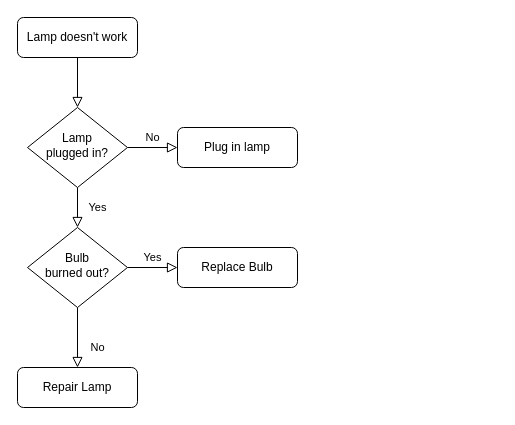
Earlier version of the draw.io diagram Untitled Diagram.drawio (syamsulalam/diagrams.net). Source tidied: cells renumbered, new cells numbered last; positions are measured from the earlier drawing's top-left corner, leaving out a move shared by most shapes. Both pictures are drawn from the tidied source at 100%, with x=0, y=0 at pixel (17, 17).
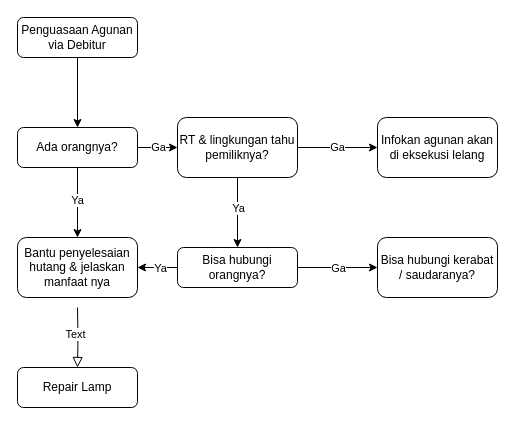
Above is the later version.

Unchanged cells that the change refers to:
```xml
<mxCell id="11" value="Repair Lamp" style="rounded=1;whiteSpace=wrap;html=1;fontSize=12;glass=0;strokeWidth=1;shadow=0;" parent="1" vertex="1">
  <mxGeometry y="350" width="120" height="40" as="geometry" />
</mxCell>
```

Diff of the diagram source:
```diff
@@
-    <mxCell id="2" style="rounded=0;html=1;jettySize=auto;fontSize=11;endArrow=block;endFill=0;endSize=8;strokeWidth=1;shadow=0;labelBackgroundColor=none;edgeStyle=orthogonalEdgeStyle;" parent="1" edge="1" source="3" target="6">
-      <mxGeometry relative="1" as="geometry" />
-    </mxCell>
+    <mxCell id="13" style="edgeStyle=orthogonalEdgeStyle;rounded=0;jettySize=auto;html=1;" parent="1" edge="1" source="3" target="29">
+      <mxGeometry relative="1" as="geometry" />
+    </mxCell>
-    <mxCell id="3" value="Lamp doesn't work" style="rounded=1;whiteSpace=wrap;html=1;fontSize=12;glass=0;strokeWidth=1;shadow=0;" parent="1" vertex="1">
+    <mxCell id="3" value="Penguasaan Agunan via Debitur" style="rounded=1;whiteSpace=wrap;html=1;fontSize=12;glass=0;strokeWidth=1;shadow=0;" parent="1" vertex="1">
       <mxGeometry width="120" height="40" as="geometry" />
     </mxCell>
-    <mxCell id="4" value="Yes" style="rounded=0;html=1;jettySize=auto;fontSize=11;endArrow=block;endFill=0;endSize=8;strokeWidth=1;shadow=0;labelBackgroundColor=none;edgeStyle=orthogonalEdgeStyle;" parent="1" edge="1" source="6" target="10">
-      <mxGeometry y="20" relative="1" as="geometry" />
-    </mxCell>
-    <mxCell id="5" value="No" style="edgeStyle=orthogonalEdgeStyle;rounded=0;html=1;jettySize=auto;fontSize=11;endArrow=block;endFill=0;endSize=8;strokeWidth=1;shadow=0;labelBackgroundColor=none;" parent="1" edge="1" source="6" target="7">
-      <mxGeometry y="10" relative="1" as="geometry" />
-    </mxCell>
-    <mxCell id="6" value="Lamp&lt;br&gt;plugged in?" style="rhombus;whiteSpace=wrap;html=1;shadow=0;fontFamily=Helvetica;fontSize=12;align=center;strokeWidth=1;spacing=6;spacingTop=-4;" parent="1" vertex="1">
-      <mxGeometry x="10" y="90" width="100" height="80" as="geometry" />
-    </mxCell>
+    <mxCell id="14" style="edgeStyle=orthogonalEdgeStyle;rounded=0;jettySize=auto;html=1;" parent="1" edge="1" source="7" target="12">
+      <mxGeometry relative="1" as="geometry" />
+    </mxCell>
+    <mxCell id="15" value="Ya" style="edgeLabel;html=1;align=center;verticalAlign=middle;" parent="14" vertex="1">
+      <mxGeometry x="-0.14" relative="1" as="geometry" />
+    </mxCell>
+    <mxCell id="16" value="Ga" style="edgeStyle=orthogonalEdgeStyle;rounded=0;jettySize=auto;html=1;" parent="1" edge="1" source="7" target="22">
+      <mxGeometry relative="1" as="geometry" />
+    </mxCell>
-    <mxCell id="7" value="Plug in lamp" style="rounded=1;whiteSpace=wrap;html=1;fontSize=12;glass=0;strokeWidth=1;shadow=0;" parent="1" vertex="1">
-      <mxGeometry x="160" y="110" width="120" height="40" as="geometry" />
+    <mxCell id="7" value="RT &amp;amp; lingkungan tahu pemiliknya?" style="rounded=1;whiteSpace=wrap;html=1;fontSize=12;glass=0;strokeWidth=1;shadow=0;" parent="1" vertex="1">
+      <mxGeometry x="160" y="100" width="120" height="60" as="geometry" />
     </mxCell>
-    <mxCell id="8" value="No" style="rounded=0;html=1;jettySize=auto;fontSize=11;endArrow=block;endFill=0;endSize=8;strokeWidth=1;shadow=0;labelBackgroundColor=none;edgeStyle=orthogonalEdgeStyle;" parent="1" edge="1" source="10" target="11">
-      <mxGeometry x="0.33" y="20" relative="1" as="geometry" />
+    <mxCell id="8" style="rounded=0;html=1;jettySize=auto;fontSize=11;endArrow=block;endFill=0;endSize=8;strokeWidth=1;shadow=0;labelBackgroundColor=none;edgeStyle=orthogonalEdgeStyle;" parent="1" edge="1" target="11">
+      <mxGeometry x="0.33" y="20" relative="1" as="geometry">
+        <mxPoint x="60" y="290" as="sourcePoint" />
+      </mxGeometry>
     </mxCell>
-    <mxCell id="9" value="Yes" style="edgeStyle=orthogonalEdgeStyle;rounded=0;html=1;jettySize=auto;fontSize=11;endArrow=block;endFill=0;endSize=8;strokeWidth=1;shadow=0;labelBackgroundColor=none;" parent="1" edge="1" source="10" target="12">
-      <mxGeometry y="10" relative="1" as="geometry" />
-    </mxCell>
-    <mxCell id="10" value="Bulb&lt;br&gt;burned out?" style="rhombus;whiteSpace=wrap;html=1;shadow=0;fontFamily=Helvetica;fontSize=12;align=center;strokeWidth=1;spacing=6;spacingTop=-4;" parent="1" vertex="1">
-      <mxGeometry x="10" y="210" width="100" height="80" as="geometry" />
-    </mxCell>
+    <mxCell id="17" value="Text" style="edgeLabel;html=1;align=center;verticalAlign=middle;" parent="8" vertex="1">
+      <mxGeometry x="-0.13" y="-3" relative="1" as="geometry" />
+    </mxCell>
@@
+    <mxCell id="18" style="edgeStyle=orthogonalEdgeStyle;rounded=0;jettySize=auto;html=1;" parent="1" edge="1" source="12" target="23">
+      <mxGeometry relative="1" as="geometry" />
+    </mxCell>
+    <mxCell id="19" value="Ga" style="edgeLabel;html=1;align=center;verticalAlign=middle;" parent="18" vertex="1">
+      <mxGeometry relative="1" as="geometry" />
+    </mxCell>
+    <mxCell id="20" style="edgeStyle=orthogonalEdgeStyle;rounded=0;jettySize=auto;html=1;" parent="1" edge="1" source="12" target="24">
+      <mxGeometry relative="1" as="geometry" />
+    </mxCell>
+    <mxCell id="21" value="Ya" style="edgeLabel;html=1;align=center;verticalAlign=middle;" parent="20" vertex="1">
+      <mxGeometry x="-0.25" y="1" relative="1" as="geometry">
+        <mxPoint x="-3" y="-1" as="offset" />
+      </mxGeometry>
+    </mxCell>
-    <mxCell id="12" value="Replace Bulb" style="rounded=1;whiteSpace=wrap;html=1;fontSize=12;glass=0;strokeWidth=1;shadow=0;" parent="1" vertex="1">
+    <mxCell id="12" value="Bisa hubungi orangnya?" style="rounded=1;whiteSpace=wrap;html=1;fontSize=12;glass=0;strokeWidth=1;shadow=0;" parent="1" vertex="1">
       <mxGeometry x="160" y="230" width="120" height="40" as="geometry" />
     </mxCell>
+    <mxCell id="22" value="Infokan agunan akan di eksekusi lelang" style="rounded=1;whiteSpace=wrap;html=1;glass=0;strokeWidth=1;shadow=0;" parent="1" vertex="1">
+      <mxGeometry x="360" y="100" width="120" height="60" as="geometry" />
+    </mxCell>
+    <mxCell id="23" value="Bisa hubungi kerabat / saudaranya?" style="rounded=1;whiteSpace=wrap;html=1;glass=0;strokeWidth=1;shadow=0;" parent="1" vertex="1">
+      <mxGeometry x="360" y="220" width="120" height="60" as="geometry" />
+    </mxCell>
+    <mxCell id="24" value="Bantu penyelesaian hutang &amp;amp; jelaskan manfaat nya" style="whiteSpace=wrap;html=1;rounded=1;glass=0;strokeWidth=1;shadow=0;" parent="1" vertex="1">
+      <mxGeometry y="220" width="120" height="60" as="geometry" />
+    </mxCell>
+    <mxCell id="25" style="edgeStyle=orthogonalEdgeStyle;rounded=0;jettySize=auto;html=1;" parent="1" edge="1" source="29" target="24">
+      <mxGeometry relative="1" as="geometry" />
+    </mxCell>
+    <mxCell id="26" value="Ya" style="edgeLabel;html=1;align=center;verticalAlign=middle;" parent="25" vertex="1">
+      <mxGeometry x="-0.09" y="-1" relative="1" as="geometry" />
+    </mxCell>
+    <mxCell id="27" style="edgeStyle=orthogonalEdgeStyle;rounded=0;jettySize=auto;html=1;" parent="1" edge="1" source="29" target="7">
+      <mxGeometry relative="1" as="geometry" />
+    </mxCell>
+    <mxCell id="28" value="Ga" style="edgeLabel;html=1;align=center;verticalAlign=middle;" parent="27" vertex="1">
+      <mxGeometry y="1" relative="1" as="geometry" />
+    </mxCell>
+    <mxCell id="29" value="Ada orangnya?" style="whiteSpace=wrap;html=1;rounded=1;glass=0;strokeWidth=1;shadow=0;" parent="1" vertex="1">
+      <mxGeometry y="110" width="120" height="40" as="geometry" />
+    </mxCell>
```
